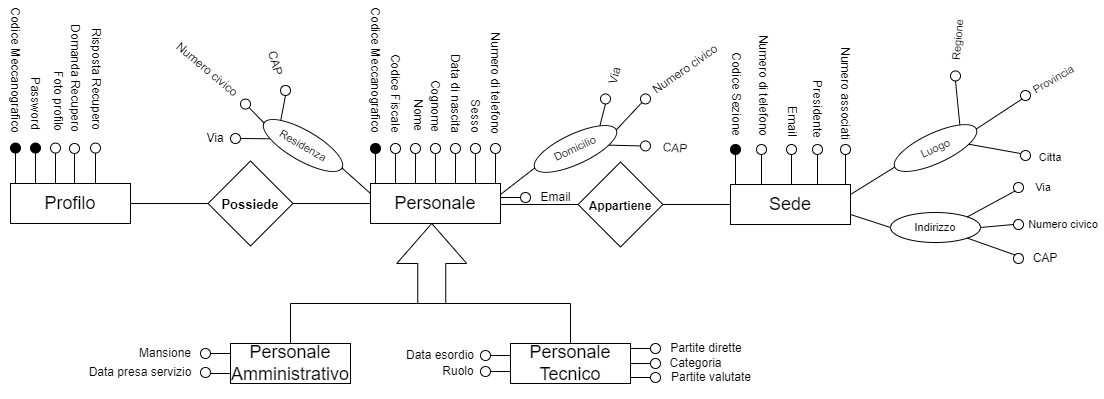
savernike/DiagramsSet keeps this draw.io diagram as ERDiagram/WhistleER.drawio.png. Above is the earlier version. Source tidied: cells renumbered, new cells last; positions are measured from the earlier drawing's top-left corner, leaving out a move shared by most shapes.
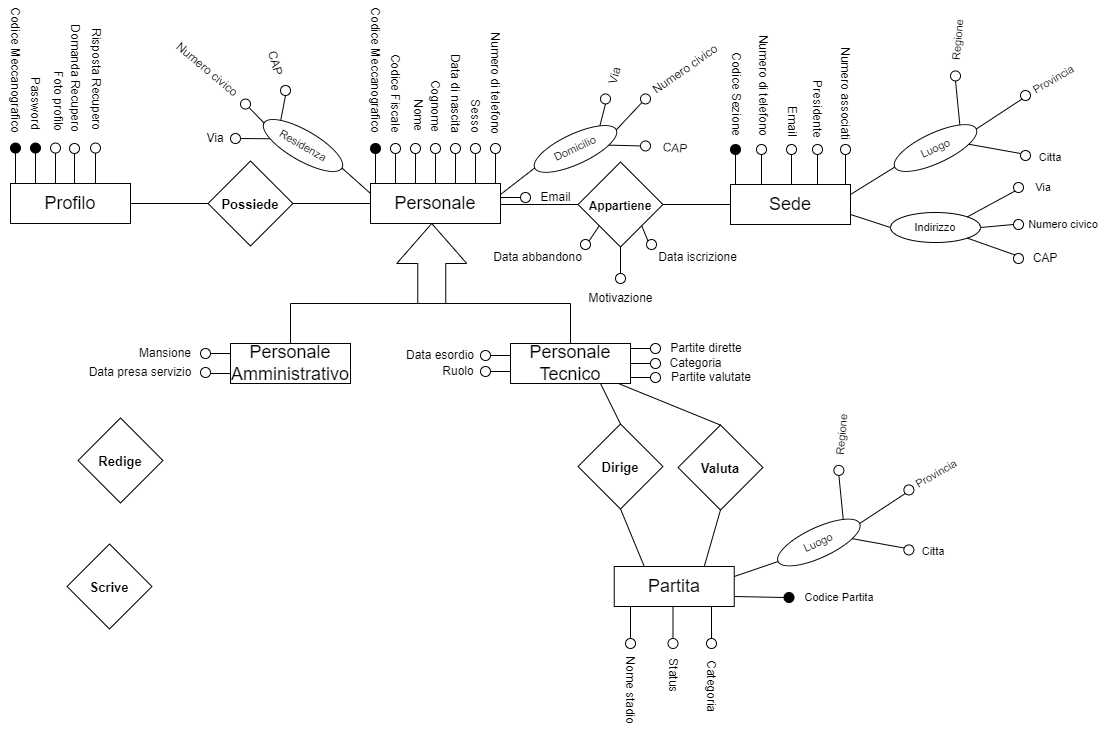
The same diagram one commit later.

Commit message:
Relazione personale tecnico con partita

The edit, as a diff of the source:
```diff
@@ -410,5 +410,142 @@
     <mxCell id="135" value="Categoria" style="text;strokeColor=none;align=center;fillColor=none;html=1;verticalAlign=middle;whiteSpace=wrap;rounded=0;rotation=0;" parent="1" vertex="1">
       <mxGeometry x="716" y="319" width="69" height="40" as="geometry" />
     </mxCell>
+    <mxCell id="136" style="whiteSpace=wrap;html=1;fontFamily=Helvetica;fontSize=11;fontColor=default;rotation=45;" parent="1" vertex="1">
+      <mxGeometry x="134" y="532" width="60" height="60" as="geometry" />
+    </mxCell>
+    <mxCell id="137" value="&lt;font style=&quot;font-size: 13px;&quot;&gt;&lt;b&gt;Scrive&lt;/b&gt;&lt;/font&gt;" style="text;strokeColor=none;align=center;fillColor=none;html=1;verticalAlign=middle;whiteSpace=wrap;rounded=0;fontSize=11;fontFamily=Helvetica;fontColor=default;" parent="1" vertex="1">
+      <mxGeometry x="134" y="548" width="60" height="30" as="geometry" />
+    </mxCell>
+    <mxCell id="138" style="whiteSpace=wrap;html=1;fontFamily=Helvetica;fontSize=11;fontColor=default;rotation=45;" parent="1" vertex="1">
+      <mxGeometry x="145" y="406" width="60" height="60" as="geometry" />
+    </mxCell>
+    <mxCell id="139" value="&lt;font style=&quot;font-size: 13px;&quot;&gt;&lt;b&gt;Redige&lt;/b&gt;&lt;/font&gt;" style="text;strokeColor=none;align=center;fillColor=none;html=1;verticalAlign=middle;whiteSpace=wrap;rounded=0;fontSize=11;fontFamily=Helvetica;fontColor=default;" parent="1" vertex="1">
+      <mxGeometry x="145" y="422" width="60" height="30" as="geometry" />
+    </mxCell>
+    <mxCell id="140" style="whiteSpace=wrap;html=1;fontFamily=Helvetica;fontSize=11;fontColor=default;rotation=45;" parent="1" vertex="1">
+      <mxGeometry x="745" y="413" width="60" height="60" as="geometry" />
+    </mxCell>
+    <mxCell id="141" value="&lt;font style=&quot;font-size: 13px;&quot;&gt;&lt;b&gt;Valuta&lt;/b&gt;&lt;/font&gt;" style="text;strokeColor=none;align=center;fillColor=none;html=1;verticalAlign=middle;whiteSpace=wrap;rounded=0;fontSize=11;fontFamily=Helvetica;fontColor=default;" parent="1" vertex="1">
+      <mxGeometry x="745" y="429" width="60" height="30" as="geometry" />
+    </mxCell>
+    <mxCell id="142" style="whiteSpace=wrap;html=1;fontFamily=Helvetica;fontSize=11;fontColor=default;rotation=45;" parent="1" vertex="1">
+      <mxGeometry x="645" y="412" width="60" height="60" as="geometry" />
+    </mxCell>
+    <mxCell id="143" value="&lt;font style=&quot;font-size: 13px;&quot;&gt;&lt;b&gt;Dirige&lt;/b&gt;&lt;/font&gt;" style="text;strokeColor=none;align=center;fillColor=none;html=1;verticalAlign=middle;whiteSpace=wrap;rounded=0;fontSize=11;fontFamily=Helvetica;fontColor=default;" parent="1" vertex="1">
+      <mxGeometry x="645" y="428" width="60" height="30" as="geometry" />
+    </mxCell>
+    <mxCell id="144" style="edgeStyle=orthogonalEdgeStyle;shape=connector;rounded=0;jettySize=auto;html=1;exitX=0.25;exitY=1;exitDx=0;exitDy=0;entryX=0.5;entryY=0;entryDx=0;entryDy=0;labelBackgroundColor=default;strokeColor=default;fontFamily=Helvetica;fontSize=11;fontColor=default;endArrow=none;endFill=0;" parent="1" edge="1" source="147" target="175">
+      <mxGeometry relative="1" as="geometry" />
+    </mxCell>
+    <mxCell id="145" style="edgeStyle=orthogonalEdgeStyle;shape=connector;rounded=0;jettySize=auto;html=1;exitX=0.5;exitY=1;exitDx=0;exitDy=0;entryX=0.5;entryY=0;entryDx=0;entryDy=0;labelBackgroundColor=default;strokeColor=default;fontFamily=Helvetica;fontSize=11;fontColor=default;endArrow=none;endFill=0;" parent="1" edge="1" source="147" target="174">
+      <mxGeometry relative="1" as="geometry" />
+    </mxCell>
+    <mxCell id="146" style="edgeStyle=orthogonalEdgeStyle;shape=connector;rounded=0;jettySize=auto;html=1;exitX=0.75;exitY=1;exitDx=0;exitDy=0;entryX=0.5;entryY=0;entryDx=0;entryDy=0;labelBackgroundColor=default;strokeColor=default;fontFamily=Helvetica;fontSize=11;fontColor=default;endArrow=none;endFill=0;" parent="1" edge="1" source="147" target="173">
+      <mxGeometry relative="1" as="geometry" />
+    </mxCell>
+    <mxCell id="147" value="&lt;font style=&quot;font-size: 18px;&quot;&gt;Partita&lt;/font&gt;" style="rounded=0;whiteSpace=wrap;html=1;fontFamily=Helvetica;fontSize=11;fontColor=default;" parent="1" vertex="1">
+      <mxGeometry x="668.8" y="542" width="120" height="40" as="geometry" />
+    </mxCell>
+    <mxCell id="148" style="ellipse;whiteSpace=wrap;html=1;fontFamily=Helvetica;fontSize=11;fontColor=default;" parent="1" vertex="1">
+      <mxGeometry x="670" y="249" width="10" height="10" as="geometry" />
+    </mxCell>
+    <mxCell id="149" style="ellipse;whiteSpace=wrap;html=1;fontFamily=Helvetica;fontSize=11;fontColor=default;" parent="1" vertex="1">
+      <mxGeometry x="635" y="215" width="10" height="10" as="geometry" />
+    </mxCell>
+    <mxCell id="150" style="ellipse;whiteSpace=wrap;html=1;fontFamily=Helvetica;fontSize=11;fontColor=default;" parent="1" vertex="1">
+      <mxGeometry x="701" y="215" width="10" height="10" as="geometry" />
+    </mxCell>
+    <mxCell id="151" style="endArrow=none;html=1;rounded=0;labelBackgroundColor=default;strokeColor=default;fontFamily=Helvetica;fontSize=11;fontColor=default;shape=connector;entryX=0.5;entryY=1;entryDx=0;entryDy=0;exitX=1;exitY=0;exitDx=0;exitDy=0;" parent="1" edge="1" source="149" target="71">
+      <mxGeometry relative="1" as="geometry" />
+    </mxCell>
+    <mxCell id="152" style="endArrow=none;html=1;rounded=0;labelBackgroundColor=default;strokeColor=default;fontFamily=Helvetica;fontSize=11;fontColor=default;shape=connector;entryX=1;entryY=1;entryDx=0;entryDy=0;exitX=0.5;exitY=0;exitDx=0;exitDy=0;" parent="1" edge="1" source="148" target="71">
+      <mxGeometry relative="1" as="geometry" />
+    </mxCell>
+    <mxCell id="153" style="endArrow=none;html=1;rounded=0;labelBackgroundColor=default;strokeColor=default;fontFamily=Helvetica;fontSize=11;fontColor=default;shape=connector;entryX=1;entryY=0.5;entryDx=0;entryDy=0;exitX=0;exitY=0;exitDx=0;exitDy=0;" parent="1" edge="1" source="150" target="71">
+      <mxGeometry relative="1" as="geometry" />
+    </mxCell>
+    <mxCell id="154" value="Data iscrizione" style="text;strokeColor=none;align=center;fillColor=none;html=1;verticalAlign=middle;whiteSpace=wrap;rounded=0;rotation=0;" parent="1" vertex="1">
+      <mxGeometry x="705" y="218" width="95" height="30" as="geometry" />
+    </mxCell>
+    <mxCell id="155" value="Data abbandono" style="text;strokeColor=none;align=center;fillColor=none;html=1;verticalAlign=middle;whiteSpace=wrap;rounded=0;rotation=0;" parent="1" vertex="1">
+      <mxGeometry x="545" y="218" width="95" height="30" as="geometry" />
+    </mxCell>
+    <mxCell id="156" value="Motivazione" style="text;strokeColor=none;align=center;fillColor=none;html=1;verticalAlign=middle;whiteSpace=wrap;rounded=0;rotation=0;" parent="1" vertex="1">
+      <mxGeometry x="627.5" y="259" width="95" height="30" as="geometry" />
+    </mxCell>
+    <mxCell id="157" style="endArrow=none;html=1;rounded=0;labelBackgroundColor=default;strokeColor=default;fontFamily=Helvetica;fontSize=11;fontColor=default;shape=connector;entryX=1;entryY=1;entryDx=0;entryDy=0;exitX=0.25;exitY=0;exitDx=0;exitDy=0;" parent="1" edge="1" source="147" target="142">
+      <mxGeometry relative="1" as="geometry" />
+    </mxCell>
+    <mxCell id="158" style="endArrow=none;html=1;rounded=0;labelBackgroundColor=default;strokeColor=default;fontFamily=Helvetica;fontSize=11;fontColor=default;shape=connector;entryX=1;entryY=1;entryDx=0;entryDy=0;exitX=0.75;exitY=0;exitDx=0;exitDy=0;" parent="1" edge="1" source="147" target="140">
+      <mxGeometry relative="1" as="geometry" />
+    </mxCell>
+    <mxCell id="159" value="Luogo" style="ellipse;whiteSpace=wrap;html=1;fontFamily=Helvetica;fontSize=11;fontColor=default;rotation=-25;" parent="1" vertex="1">
+      <mxGeometry x="828.4" y="503" width="90" height="30" as="geometry" />
+    </mxCell>
+    <mxCell id="160" style="ellipse;whiteSpace=wrap;html=1;fontFamily=Helvetica;fontSize=11;fontColor=default;" parent="1" vertex="1">
+      <mxGeometry x="958.4" y="520.4" width="10" height="10" as="geometry" />
+    </mxCell>
+    <mxCell id="161" style="ellipse;whiteSpace=wrap;html=1;fontFamily=Helvetica;fontSize=11;fontColor=default;" parent="1" vertex="1">
+      <mxGeometry x="958.4" y="460.4" width="10" height="10" as="geometry" />
+    </mxCell>
+    <mxCell id="162" style="ellipse;whiteSpace=wrap;html=1;fontFamily=Helvetica;fontSize=11;fontColor=default;" parent="1" vertex="1">
+      <mxGeometry x="888.4" y="440.9" width="10" height="10" as="geometry" />
+    </mxCell>
+    <mxCell id="163" style="endArrow=none;html=1;rounded=0;labelBackgroundColor=default;strokeColor=default;fontFamily=Helvetica;fontSize=11;fontColor=default;shape=connector;exitX=1;exitY=0;exitDx=0;exitDy=0;entryX=0.5;entryY=1;entryDx=0;entryDy=0;" parent="1" edge="1" source="159" target="162">
+      <mxGeometry relative="1" as="geometry" />
+    </mxCell>
+    <mxCell id="164" style="endArrow=none;html=1;rounded=0;labelBackgroundColor=default;strokeColor=default;fontFamily=Helvetica;fontSize=11;fontColor=default;shape=connector;exitX=1;exitY=0.5;exitDx=0;exitDy=0;entryX=0;entryY=1;entryDx=0;entryDy=0;" parent="1" edge="1" source="159" target="161">
+      <mxGeometry relative="1" as="geometry" />
+    </mxCell>
+    <mxCell id="165" style="endArrow=none;html=1;rounded=0;labelBackgroundColor=default;strokeColor=default;fontFamily=Helvetica;fontSize=11;fontColor=default;shape=connector;exitX=1;exitY=1;exitDx=0;exitDy=0;" parent="1" edge="1" source="159">
+      <mxGeometry relative="1" as="geometry">
+        <mxPoint x="958.4" y="523.4" as="targetPoint" />
+      </mxGeometry>
+    </mxCell>
+    <mxCell id="166" value="Regione" style="text;strokeColor=none;align=center;fillColor=none;html=1;verticalAlign=middle;whiteSpace=wrap;rounded=0;fontSize=11;fontFamily=Helvetica;fontColor=default;rotation=-85;" parent="1" vertex="1">
+      <mxGeometry x="866.4" y="394.9" width="60" height="30" as="geometry" />
+    </mxCell>
+    <mxCell id="167" value="Provincia" style="text;strokeColor=none;align=center;fillColor=none;html=1;verticalAlign=middle;whiteSpace=wrap;rounded=0;fontSize=11;fontFamily=Helvetica;fontColor=default;rotation=-30;" parent="1" vertex="1">
+      <mxGeometry x="961.4" y="434" width="60" height="30" as="geometry" />
+    </mxCell>
+    <mxCell id="168" value="Citta" style="text;strokeColor=none;align=center;fillColor=none;html=1;verticalAlign=middle;whiteSpace=wrap;rounded=0;fontSize=11;fontFamily=Helvetica;fontColor=default;rotation=0;" parent="1" vertex="1">
+      <mxGeometry x="968.4" y="512" width="40" height="30" as="geometry" />
+    </mxCell>
+    <mxCell id="169" style="endArrow=none;html=1;rounded=0;labelBackgroundColor=default;strokeColor=default;fontFamily=Helvetica;fontSize=11;fontColor=default;shape=connector;entryX=0;entryY=0.5;entryDx=0;entryDy=0;exitX=1;exitY=0.25;exitDx=0;exitDy=0;" parent="1" edge="1" source="147" target="159">
+      <mxGeometry relative="1" as="geometry" />
+    </mxCell>
+    <mxCell id="170" style="ellipse;whiteSpace=wrap;html=1;fontFamily=Helvetica;fontSize=11;fontColor=default;fillColor=#000000;" parent="1" vertex="1">
+      <mxGeometry x="838.5" y="568" width="10" height="10" as="geometry" />
+    </mxCell>
+    <mxCell id="171" style="endArrow=none;html=1;rounded=0;labelBackgroundColor=default;strokeColor=default;fontFamily=Helvetica;fontSize=11;fontColor=default;shape=connector;entryX=1;entryY=0.75;entryDx=0;entryDy=0;exitX=0;exitY=0.5;exitDx=0;exitDy=0;" parent="1" edge="1" source="170" target="147">
+      <mxGeometry relative="1" as="geometry" />
+    </mxCell>
+    <mxCell id="172" value="Codice Partita" style="text;strokeColor=none;align=center;fillColor=none;html=1;verticalAlign=middle;whiteSpace=wrap;rounded=0;fontSize=11;fontFamily=Helvetica;fontColor=default;rotation=0;" parent="1" vertex="1">
+      <mxGeometry x="845.6" y="558" width="95.6" height="30" as="geometry" />
+    </mxCell>
+    <mxCell id="173" style="ellipse;whiteSpace=wrap;html=1;fontFamily=Helvetica;fontSize=11;fontColor=default;" parent="1" vertex="1">
+      <mxGeometry x="761" y="614" width="10" height="10" as="geometry" />
+    </mxCell>
+    <mxCell id="174" style="ellipse;whiteSpace=wrap;html=1;fontFamily=Helvetica;fontSize=11;fontColor=default;" parent="1" vertex="1">
+      <mxGeometry x="722.5" y="614" width="10" height="10" as="geometry" />
+    </mxCell>
+    <mxCell id="175" style="ellipse;whiteSpace=wrap;html=1;fontFamily=Helvetica;fontSize=11;fontColor=default;" parent="1" vertex="1">
+      <mxGeometry x="680" y="614" width="10" height="10" as="geometry" />
+    </mxCell>
+    <mxCell id="176" value="Nome stadio" style="text;strokeColor=none;align=center;fillColor=none;html=1;verticalAlign=middle;whiteSpace=wrap;rounded=0;rotation=90;" parent="1" vertex="1">
+      <mxGeometry x="647.4" y="651.4" width="75.2" height="30" as="geometry" />
+    </mxCell>
+    <mxCell id="177" value="Status" style="text;strokeColor=none;align=center;fillColor=none;html=1;verticalAlign=middle;whiteSpace=wrap;rounded=0;rotation=90;" parent="1" vertex="1">
+      <mxGeometry x="700.1" y="636.3" width="55" height="30" as="geometry" />
+    </mxCell>
+    <mxCell id="178" value="Categoria" style="text;strokeColor=none;align=center;fillColor=none;html=1;verticalAlign=middle;whiteSpace=wrap;rounded=0;rotation=90;" parent="1" vertex="1">
+      <mxGeometry x="738.5" y="646.3" width="55" height="30" as="geometry" />
+    </mxCell>
+    <mxCell id="179" style="endArrow=none;html=1;rounded=0;labelBackgroundColor=default;strokeColor=default;fontFamily=Helvetica;fontSize=11;fontColor=default;shape=connector;entryX=0.907;entryY=1.01;entryDx=0;entryDy=0;entryPerimeter=0;exitX=0;exitY=0;exitDx=0;exitDy=0;" parent="1" edge="1" source="140" target="116">
+      <mxGeometry relative="1" as="geometry" />
+    </mxCell>
+    <mxCell id="180" style="endArrow=none;html=1;rounded=0;labelBackgroundColor=default;strokeColor=default;fontFamily=Helvetica;fontSize=11;fontColor=default;shape=connector;entryX=0.75;entryY=1;entryDx=0;entryDy=0;exitX=0;exitY=0;exitDx=0;exitDy=0;" parent="1" edge="1" source="142" target="116">
+      <mxGeometry relative="1" as="geometry" />
+    </mxCell>
   </root>
 </mxGraphModel>
```
